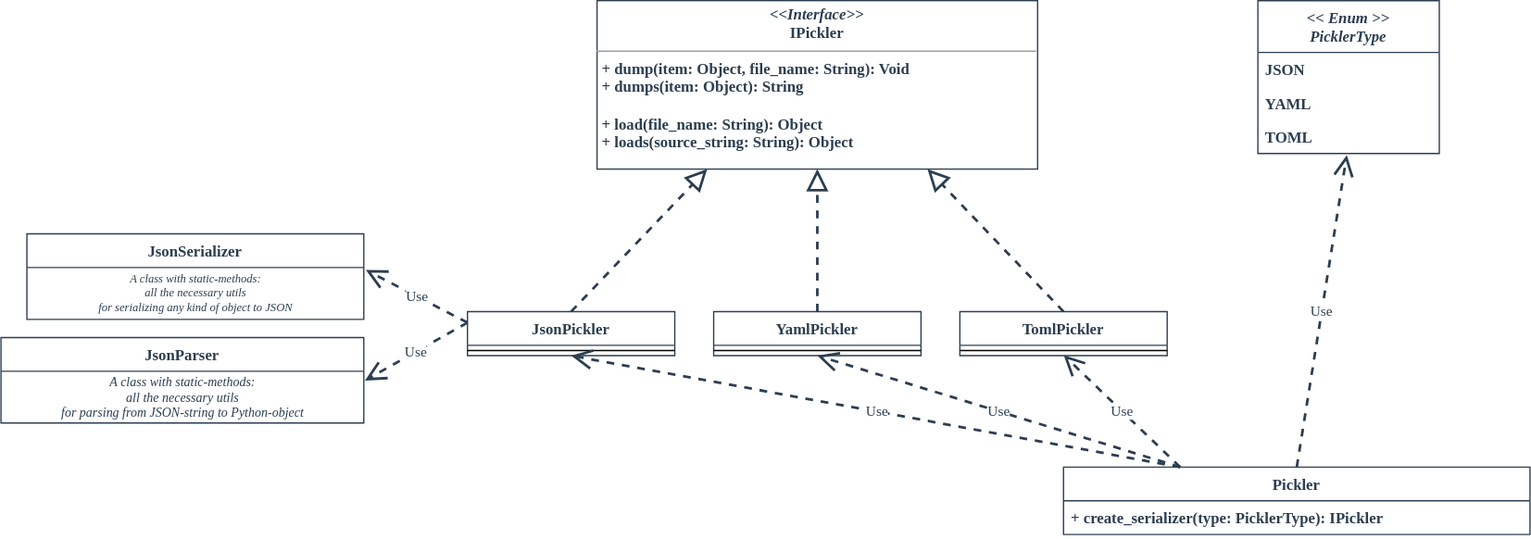
The draw.io diagram 4 semester/LR2 2022.04.07/packer/scheme.svg in user-of-github/BSUIR_Labs_Programming-tools, before a commit. Source tidied: cells renumbered, new cells last; positions are measured from the earlier drawing's top-left corner, leaving out a move shared by most shapes.
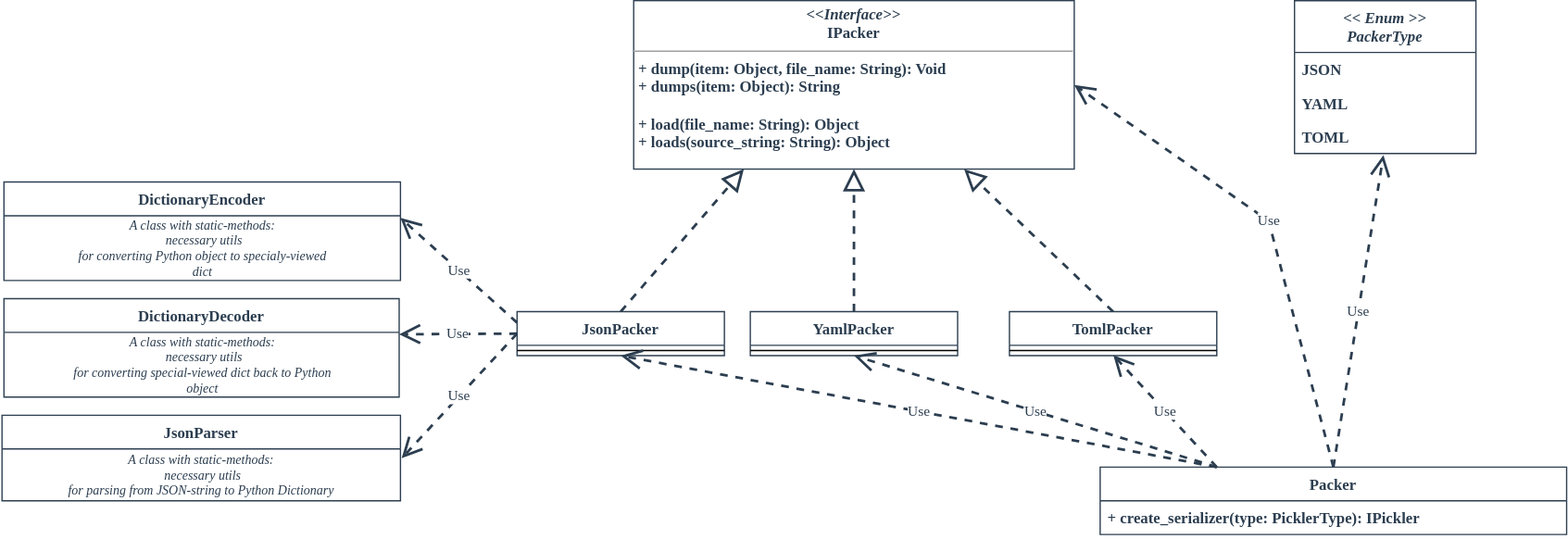
After the commit.

Commit message:
Some cosmetic changes: namings, scheme, readme

Change to the diagram source:
```diff
@@ -2,19 +2,19 @@
   <root>
     <mxCell id="0" />
     <mxCell id="1" parent="0" />
-    <mxCell id="2" value="&lt;p style=&quot;margin: 0px ; margin-top: 4px ; text-align: center&quot;&gt;&lt;i&gt;&amp;lt;&amp;lt;Interface&amp;gt;&amp;gt;&lt;/i&gt;&lt;br&gt;&lt;span&gt;IPickler&lt;/span&gt;&lt;/p&gt;&lt;hr size=&quot;1&quot;&gt;&lt;p style=&quot;margin: 0px ; margin-left: 4px&quot;&gt;+ dump(item: Object, file_name: String): Void&lt;br&gt;+ dumps(item: Object): String&lt;/p&gt;&lt;p style=&quot;margin: 0px ; margin-left: 4px&quot;&gt;&lt;br&gt;&lt;/p&gt;&lt;p style=&quot;margin: 0px ; margin-left: 4px&quot;&gt;+ load(file_name: String): Object&lt;/p&gt;&lt;p style=&quot;margin: 0px ; margin-left: 4px&quot;&gt;+ loads(source_string: String): Object&lt;/p&gt;" style="verticalAlign=top;align=left;overflow=fill;fontSize=12;fontFamily=JetBrains Mono;html=1;fontSource=https%3A%2F%2Ffonts.googleapis.com%2Fcss%3Ffamily%3DJetBrains%2BMono;strokeColor=#2c3e50;fontColor=#2c3e50;fontStyle=1;" parent="1" vertex="1">
+    <mxCell id="2" value="&lt;p style=&quot;margin: 0px ; margin-top: 4px ; text-align: center&quot;&gt;&lt;i&gt;&amp;lt;&amp;lt;Interface&amp;gt;&amp;gt;&lt;/i&gt;&lt;br&gt;&lt;span&gt;IPacker&lt;/span&gt;&lt;/p&gt;&lt;hr size=&quot;1&quot;&gt;&lt;p style=&quot;margin: 0px ; margin-left: 4px&quot;&gt;+ dump(item: Object, file_name: String): Void&lt;br&gt;+ dumps(item: Object): String&lt;/p&gt;&lt;p style=&quot;margin: 0px ; margin-left: 4px&quot;&gt;&lt;br&gt;&lt;/p&gt;&lt;p style=&quot;margin: 0px ; margin-left: 4px&quot;&gt;+ load(file_name: String): Object&lt;/p&gt;&lt;p style=&quot;margin: 0px ; margin-left: 4px&quot;&gt;+ loads(source_string: String): Object&lt;/p&gt;" style="verticalAlign=top;align=left;overflow=fill;fontSize=12;fontFamily=JetBrains Mono;html=1;fontSource=https%3A%2F%2Ffonts.googleapis.com%2Fcss%3Ffamily%3DJetBrains%2BMono;strokeColor=#2c3e50;fontColor=#2c3e50;fontStyle=1;" parent="1" vertex="1">
       <mxGeometry x="460" width="340" height="130" as="geometry" />
     </mxCell>
     <mxCell id="3" style="endArrow=block;dashed=1;endFill=0;endSize=12;html=1;rounded=0;fontColor=#2c3e50;entryX=0.25;entryY=1;entryDx=0;entryDy=0;strokeColor=#2C3E50;strokeWidth=2;exitX=0.5;exitY=0;exitDx=0;exitDy=0;" parent="1" edge="1" source="4" target="2">
       <mxGeometry relative="1" as="geometry" />
     </mxCell>
-    <mxCell id="4" value="JsonPickler" style="swimlane;fontStyle=1;align=center;verticalAlign=top;horizontal=1;startSize=26;fontColor=#2C3E50;strokeColor=#2c3e50;fontFamily=JetBrains Mono;fontSource=https%3A%2F%2Ffonts.googleapis.com%2Fcss%3Ffamily%3DJetBrains%2BMono;strokeWidth=1;" parent="1" vertex="1">
-      <mxGeometry x="360" y="240" width="160" height="34" as="geometry" />
+    <mxCell id="4" value="JsonPacker" style="swimlane;fontStyle=1;align=center;verticalAlign=top;horizontal=1;startSize=26;fontColor=#2C3E50;strokeColor=#2c3e50;fontFamily=JetBrains Mono;fontSource=https%3A%2F%2Ffonts.googleapis.com%2Fcss%3Ffamily%3DJetBrains%2BMono;strokeWidth=1;" parent="1" vertex="1">
+      <mxGeometry x="370" y="240" width="160" height="34" as="geometry" />
     </mxCell>
     <mxCell id="5" style="line;strokeWidth=1;fillColor=none;align=left;verticalAlign=middle;spacingTop=-1;spacingLeft=3;spacingRight=3;labelPosition=right;fontColor=#2c3e50;" parent="4" vertex="1">
       <mxGeometry y="26" width="160" height="8" as="geometry" />
     </mxCell>
-    <mxCell id="6" value="YamlPickler" style="swimlane;fontStyle=1;align=center;verticalAlign=top;horizontal=1;startSize=26;fontColor=#2C3E50;strokeColor=#2c3e50;fontFamily=JetBrains Mono;fontSource=https%3A%2F%2Ffonts.googleapis.com%2Fcss%3Ffamily%3DJetBrains%2BMono;strokeWidth=1;" parent="1" vertex="1">
+    <mxCell id="6" value="YamlPacker" style="swimlane;fontStyle=1;align=center;verticalAlign=top;horizontal=1;startSize=26;fontColor=#2C3E50;strokeColor=#2c3e50;fontFamily=JetBrains Mono;fontSource=https%3A%2F%2Ffonts.googleapis.com%2Fcss%3Ffamily%3DJetBrains%2BMono;strokeWidth=1;" parent="1" vertex="1">
       <mxGeometry x="550" y="240" width="160" height="34" as="geometry" />
     </mxCell>
     <mxCell id="7" style="line;strokeWidth=1;fillColor=none;align=left;verticalAlign=middle;spacingTop=-1;spacingLeft=3;spacingRight=3;labelPosition=right;fontColor=#2c3e50;" parent="6" vertex="1">
@@ -28,13 +28,13 @@
     <mxCell id="9" style="endArrow=block;dashed=1;endFill=0;endSize=12;html=1;rounded=0;fontColor=#2c3e50;strokeColor=#2C3E50;strokeWidth=2;entryX=0.75;entryY=1;entryDx=0;entryDy=0;exitX=0.5;exitY=0;exitDx=0;exitDy=0;" parent="1" edge="1" source="10" target="2">
       <mxGeometry relative="1" as="geometry" />
     </mxCell>
-    <mxCell id="10" value="TomlPickler" style="swimlane;fontStyle=1;align=center;verticalAlign=top;horizontal=1;startSize=26;fontColor=#2C3E50;strokeColor=#2c3e50;fontFamily=JetBrains Mono;fontSource=https%3A%2F%2Ffonts.googleapis.com%2Fcss%3Ffamily%3DJetBrains%2BMono;strokeWidth=1;" parent="1" vertex="1">
-      <mxGeometry x="740" y="240" width="160" height="34" as="geometry" />
+    <mxCell id="10" value="TomlPacker" style="swimlane;fontStyle=1;align=center;verticalAlign=top;horizontal=1;startSize=26;fontColor=#2C3E50;strokeColor=#2c3e50;fontFamily=JetBrains Mono;fontSource=https%3A%2F%2Ffonts.googleapis.com%2Fcss%3Ffamily%3DJetBrains%2BMono;strokeWidth=1;" parent="1" vertex="1">
+      <mxGeometry x="750" y="240" width="160" height="34" as="geometry" />
     </mxCell>
     <mxCell id="11" style="line;strokeWidth=1;fillColor=none;align=left;verticalAlign=middle;spacingTop=-1;spacingLeft=3;spacingRight=3;labelPosition=right;points=[];portConstraint=eastwest;fontColor=#2c3e50;" parent="10" vertex="1">
       <mxGeometry y="26" width="160" height="8" as="geometry" />
     </mxCell>
-    <mxCell id="12" value="&lt;&lt; Enum &gt;&gt;&#10;PicklerType" style="swimlane;fontStyle=3;horizontal=1;startSize=40;fillColor=none;fontFamily=JetBrains Mono;fontSource=https%3A%2F%2Ffonts.googleapis.com%2Fcss%3Ffamily%3DJetBrains%2BMono;fontColor=#2C3E50;strokeColor=#2c3e50;strokeWidth=1;" parent="1" vertex="1">
+    <mxCell id="12" value="&lt;&lt; Enum &gt;&gt;&#10;PackerType" style="swimlane;fontStyle=3;horizontal=1;startSize=40;fillColor=none;fontFamily=JetBrains Mono;fontSource=https%3A%2F%2Ffonts.googleapis.com%2Fcss%3Ffamily%3DJetBrains%2BMono;fontColor=#2C3E50;strokeColor=#2c3e50;strokeWidth=1;" parent="1" vertex="1">
       <mxGeometry x="970" width="140" height="118" as="geometry" />
     </mxCell>
     <mxCell id="13" value="JSON" style="text;strokeColor=none;fillColor=none;align=left;verticalAlign=top;spacingLeft=4;spacingRight=4;overflow=hidden;fontFamily=JetBrains Mono;fontSource=https%3A%2F%2Ffonts.googleapis.com%2Fcss%3Ffamily%3DJetBrains%2BMono;fontColor=#2C3E50;fontStyle=1;" parent="12" vertex="1">
@@ -46,7 +46,7 @@
     <mxCell id="15" value="TOML" style="text;strokeColor=none;fillColor=none;align=left;verticalAlign=top;spacingLeft=4;spacingRight=4;overflow=hidden;points=[[0,0.5],[1,0.5]];portConstraint=eastwest;fontFamily=JetBrains Mono;fontSource=https%3A%2F%2Ffonts.googleapis.com%2Fcss%3Ffamily%3DJetBrains%2BMono;fontColor=#2C3E50;fontStyle=1;" parent="12" vertex="1">
       <mxGeometry y="92" width="140" height="26" as="geometry" />
     </mxCell>
-    <mxCell id="16" value="Pickler" style="swimlane;fontStyle=1;horizontal=1;startSize=26;fillColor=none;fontFamily=JetBrains Mono;fontSource=https%3A%2F%2Ffonts.googleapis.com%2Fcss%3Ffamily%3DJetBrains%2BMono;fontColor=#2C3E50;strokeColor=#2c3e50;strokeWidth=1;" parent="1" vertex="1">
+    <mxCell id="16" value="Packer" style="swimlane;fontStyle=1;horizontal=1;startSize=26;fillColor=none;fontFamily=JetBrains Mono;fontSource=https%3A%2F%2Ffonts.googleapis.com%2Fcss%3Ffamily%3DJetBrains%2BMono;fontColor=#2C3E50;strokeColor=#2c3e50;strokeWidth=1;" parent="1" vertex="1">
       <mxGeometry x="820" y="360" width="360" height="52" as="geometry" />
     </mxCell>
     <mxCell id="17" value="+ create_serializer(type: PicklerType): IPickler" style="text;strokeColor=none;fillColor=none;align=left;verticalAlign=top;spacingLeft=4;spacingRight=4;overflow=hidden;fontFamily=JetBrains Mono;fontSource=https%3A%2F%2Ffonts.googleapis.com%2Fcss%3Ffamily%3DJetBrains%2BMono;fontColor=#2C3E50;fontStyle=1;" parent="16" vertex="1">
@@ -64,23 +64,39 @@
     <mxCell id="21" value="Use" style="endArrow=open;endSize=12;dashed=1;html=1;rounded=0;fontFamily=JetBrains Mono;fontSource=https%3A%2F%2Ffonts.googleapis.com%2Fcss%3Ffamily%3DJetBrains%2BMono;fontColor=#2C3E50;strokeColor=#2C3E50;strokeWidth=2;entryX=0.5;entryY=1;entryDx=0;entryDy=0;exitX=0.25;exitY=0;exitDx=0;exitDy=0;" parent="1" edge="1" source="16" target="4">
       <mxGeometry relative="1" as="geometry" />
     </mxCell>
-    <mxCell id="22" value="JsonSerializer" style="swimlane;fontStyle=1;align=center;verticalAlign=top;horizontal=1;startSize=26;fontColor=#2C3E50;strokeColor=#2c3e50;fontFamily=JetBrains Mono;fontSource=https%3A%2F%2Ffonts.googleapis.com%2Fcss%3Ffamily%3DJetBrains%2BMono;strokeWidth=1;" parent="1" vertex="1">
-      <mxGeometry x="20" y="180" width="260" height="66" as="geometry" />
-    </mxCell>
-    <mxCell id="23" value="&lt;i style=&quot;font-size: 9px;&quot;&gt;A class with static-methods: &lt;br style=&quot;font-size: 9px;&quot;&gt;all the necessary utils &lt;br style=&quot;font-size: 9px;&quot;&gt;for serializing any kind of object to JSON&lt;/i&gt;" style="text;html=1;align=center;verticalAlign=middle;points=[];strokeColor=none;fillColor=none;fontFamily=JetBrains Mono;fontColor=#2C3E50;fontStyle=0;fontSize=9;" parent="22" vertex="1">
-      <mxGeometry y="26" width="260" height="40" as="geometry" />
-    </mxCell>
-    <mxCell id="24" value="Use" style="endArrow=open;endSize=12;dashed=1;html=1;rounded=0;fontFamily=JetBrains Mono;fontSource=https%3A%2F%2Ffonts.googleapis.com%2Fcss%3Ffamily%3DJetBrains%2BMono;fontColor=#2C3E50;strokeColor=#2C3E50;strokeWidth=2;exitX=0;exitY=0.25;exitDx=0;exitDy=0;entryX=1.006;entryY=0.046;entryDx=0;entryDy=0;entryPerimeter=0;" parent="1" edge="1" source="4" target="23">
-      <mxGeometry relative="1" as="geometry" />
-    </mxCell>
     <mxCell id="25" value="JsonParser" style="swimlane;fontStyle=1;align=center;verticalAlign=top;horizontal=1;startSize=26;fontColor=#2C3E50;strokeColor=#2c3e50;fontFamily=JetBrains Mono;fontSource=https%3A%2F%2Ffonts.googleapis.com%2Fcss%3Ffamily%3DJetBrains%2BMono;strokeWidth=1;" parent="1" vertex="1">
-      <mxGeometry y="260" width="280" height="66" as="geometry" />
+      <mxGeometry x="-27.5" y="320" width="307.5" height="66" as="geometry" />
     </mxCell>
-    <mxCell id="26" value="&lt;i style=&quot;font-size: 10px;&quot;&gt;A class with static-methods: &lt;br style=&quot;font-size: 10px;&quot;&gt;all the necessary utils &lt;br style=&quot;font-size: 10px;&quot;&gt;for parsing from JSON-string to Python-object&lt;/i&gt;" style="text;html=1;align=center;verticalAlign=middle;points=[];strokeColor=none;fillColor=none;fontFamily=JetBrains Mono;fontColor=#2C3E50;fontStyle=0;fontSize=10;" parent="25" vertex="1">
-      <mxGeometry y="26" width="280" height="40" as="geometry" />
+    <mxCell id="26" value="&lt;i style=&quot;font-size: 10px&quot;&gt;A class with static-methods: &lt;br style=&quot;font-size: 10px&quot;&gt;&amp;nbsp;necessary utils &lt;br style=&quot;font-size: 10px&quot;&gt;for parsing from JSON-string to Python Dictionary&lt;/i&gt;" style="text;html=1;align=center;verticalAlign=middle;points=[];strokeColor=none;fillColor=none;fontFamily=JetBrains Mono;fontColor=#2C3E50;fontStyle=0;fontSize=10;" parent="25" vertex="1">
+      <mxGeometry y="26" width="307.5" height="40" as="geometry" />
     </mxCell>
-    <mxCell id="27" value="Use" style="endArrow=open;endSize=12;dashed=1;html=1;rounded=0;fontFamily=JetBrains Mono;fontSource=https%3A%2F%2Ffonts.googleapis.com%2Fcss%3Ffamily%3DJetBrains%2BMono;fontColor=#2C3E50;strokeColor=#2C3E50;strokeWidth=2;exitX=0;exitY=0.25;exitDx=0;exitDy=0;entryX=1.003;entryY=0.18;entryDx=0;entryDy=0;entryPerimeter=0;" parent="1" edge="1" source="4" target="26">
+    <mxCell id="27" value="Use" style="endArrow=open;endSize=12;dashed=1;html=1;rounded=0;fontFamily=JetBrains Mono;fontSource=https%3A%2F%2Ffonts.googleapis.com%2Fcss%3Ffamily%3DJetBrains%2BMono;fontColor=#2C3E50;strokeColor=#2C3E50;strokeWidth=2;exitX=0;exitY=0.5;exitDx=0;exitDy=0;entryX=1.003;entryY=0.18;entryDx=0;entryDy=0;entryPerimeter=0;" parent="1" edge="1" source="4" target="26">
       <mxGeometry relative="1" as="geometry" />
     </mxCell>
+    <mxCell id="28" value="DictionaryEncoder" style="swimlane;fontStyle=1;align=center;verticalAlign=top;horizontal=1;startSize=26;fontColor=#2C3E50;strokeColor=#2c3e50;fontFamily=JetBrains Mono;fontSource=https%3A%2F%2Ffonts.googleapis.com%2Fcss%3Ffamily%3DJetBrains%2BMono;strokeWidth=1;" parent="1" vertex="1">
+      <mxGeometry x="-26" y="140" width="306" height="76" as="geometry" />
+    </mxCell>
+    <mxCell id="29" value="&lt;i style=&quot;font-size: 10px&quot;&gt;A class with static-methods: &lt;br style=&quot;font-size: 10px&quot;&gt;&amp;nbsp;necessary utils &lt;br style=&quot;font-size: 10px&quot;&gt;for converting Python object to specialy-viewed &lt;br&gt;dict&lt;/i&gt;" style="text;html=1;align=center;verticalAlign=middle;points=[];strokeColor=none;fillColor=none;fontFamily=JetBrains Mono;fontColor=#2C3E50;fontStyle=0;fontSize=10;" parent="28" vertex="1">
+      <mxGeometry y="26" width="306" height="50" as="geometry" />
+    </mxCell>
+    <mxCell id="30" value="DictionaryDecoder" style="swimlane;fontStyle=1;align=center;verticalAlign=top;horizontal=1;startSize=26;fontColor=#2C3E50;strokeColor=#2c3e50;fontFamily=JetBrains Mono;fontSource=https%3A%2F%2Ffonts.googleapis.com%2Fcss%3Ffamily%3DJetBrains%2BMono;strokeWidth=1;" parent="1" vertex="1">
+      <mxGeometry x="-26" y="230" width="305" height="76" as="geometry" />
+    </mxCell>
+    <mxCell id="31" value="&lt;i style=&quot;font-size: 10px&quot;&gt;A class with static-methods: &lt;br style=&quot;font-size: 10px&quot;&gt;&amp;nbsp;necessary utils &lt;br style=&quot;font-size: 10px&quot;&gt;for converting special-viewed dict back to Python &lt;br&gt;object&lt;/i&gt;" style="text;html=1;align=center;verticalAlign=middle;points=[];strokeColor=none;fillColor=none;fontFamily=JetBrains Mono;fontColor=#2C3E50;fontStyle=0;fontSize=10;" parent="30" vertex="1">
+      <mxGeometry y="26" width="305" height="50" as="geometry" />
+    </mxCell>
+    <mxCell id="32" value="Use" style="endArrow=open;endSize=12;dashed=1;html=1;rounded=0;fontFamily=JetBrains Mono;fontSource=https%3A%2F%2Ffonts.googleapis.com%2Fcss%3Ffamily%3DJetBrains%2BMono;fontColor=#2C3E50;strokeColor=#2C3E50;strokeWidth=2;exitX=0.5;exitY=0;exitDx=0;exitDy=0;entryX=1;entryY=0.5;entryDx=0;entryDy=0;" parent="1" edge="1" source="16" target="2">
+      <mxGeometry x="0.04" relative="1" as="geometry">
+        <Array as="points">
+          <mxPoint x="950" y="170" />
+        </Array>
+      </mxGeometry>
+    </mxCell>
+    <mxCell id="33" value="Use" style="endArrow=open;endSize=12;dashed=1;html=1;rounded=0;fontFamily=JetBrains Mono;fontSource=https%3A%2F%2Ffonts.googleapis.com%2Fcss%3Ffamily%3DJetBrains%2BMono;fontColor=#2C3E50;strokeColor=#2C3E50;strokeWidth=2;exitX=0;exitY=0.5;exitDx=0;exitDy=0;entryX=1;entryY=0.03;entryDx=0;entryDy=0;entryPerimeter=0;" parent="1" edge="1" source="4" target="31">
+      <mxGeometry relative="1" as="geometry" />
+    </mxCell>
+    <mxCell id="34" value="Use" style="endArrow=open;endSize=12;dashed=1;html=1;rounded=0;fontFamily=JetBrains Mono;fontSource=https%3A%2F%2Ffonts.googleapis.com%2Fcss%3Ffamily%3DJetBrains%2BMono;fontColor=#2C3E50;strokeColor=#2C3E50;strokeWidth=2;entryX=1;entryY=0.034;entryDx=0;entryDy=0;entryPerimeter=0;exitX=0;exitY=0.25;exitDx=0;exitDy=0;" parent="1" edge="1" source="4" target="29">
+      <mxGeometry relative="1" as="geometry" />
+    </mxCell>
   </root>
 </mxGraphModel>
```
